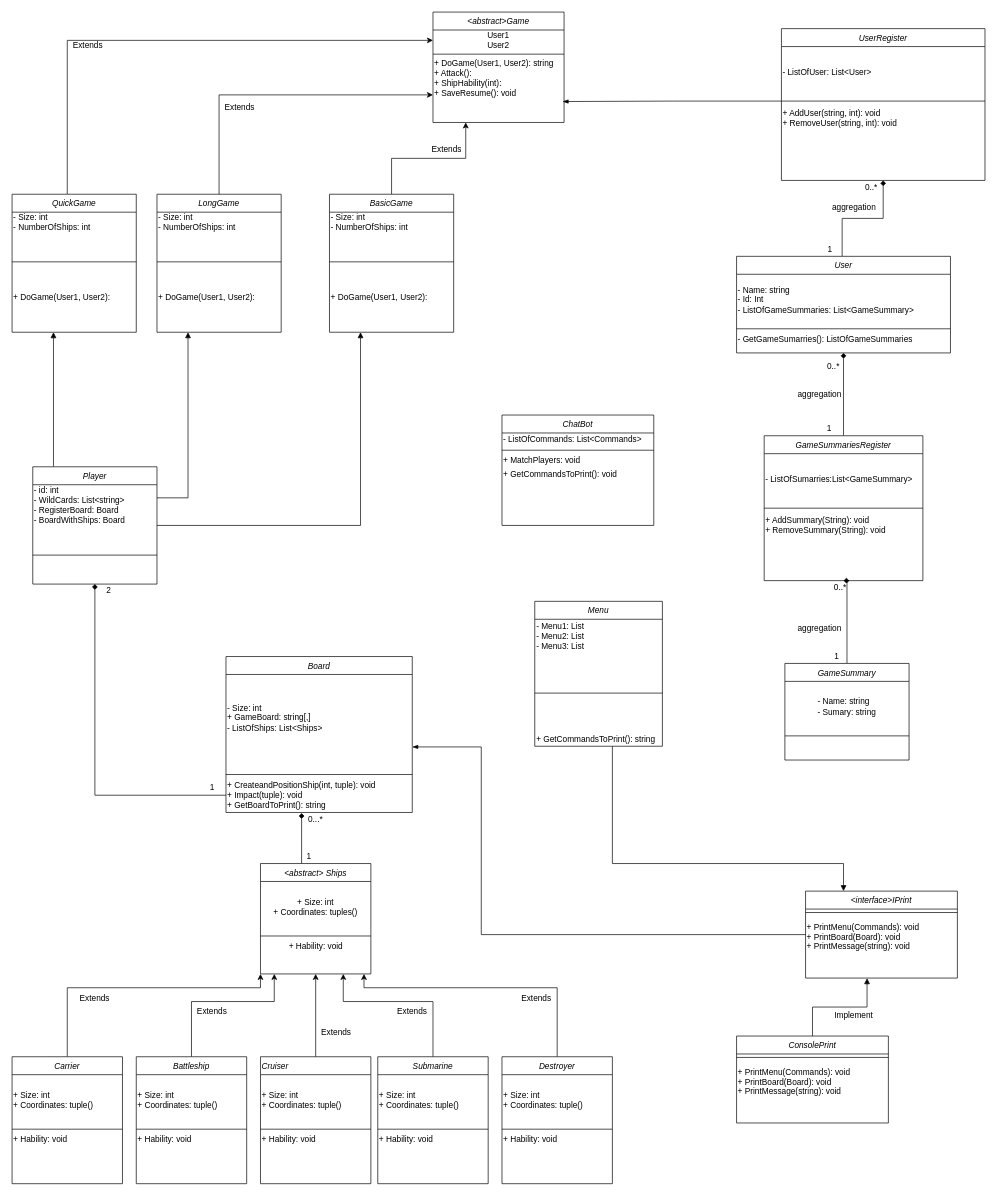
PII-Grupo-4/Proyecto-Final keeps this draw.io diagram as docs/DiagramaProyecto 1.2.drawio. Above is the earlier version. Source tidied: cells renumbered, new cells numbered last; positions are measured from the earlier drawing's top-left corner, leaving out a move shared by most shapes. Both pictures are drawn from the tidied source at 69%, with x=0, y=0 at pixel (12, 12).
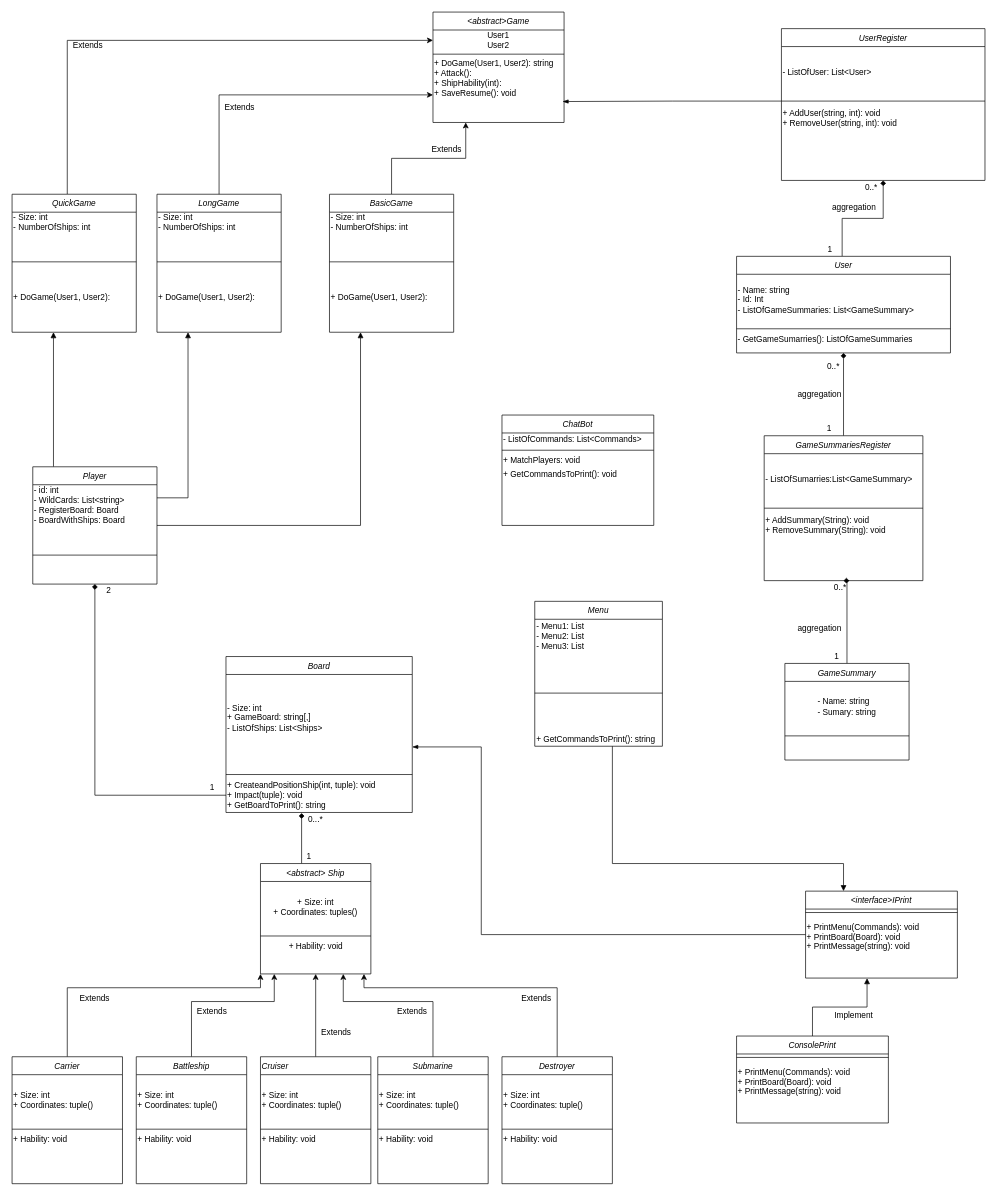
After the change.

Commit message (it also covers changes not shown here):
Informe and diagram modified

The edit, as a diff of the source:
```diff
@@
-    <mxCell id="7" value="&lt;abstract&gt; Ships&#10;" style="swimlane;fontStyle=2;align=center;verticalAlign=top;horizontal=1;startSize=26;rounded=0;shadow=0;strokeWidth=1;" parent="1" vertex="1">
+    <mxCell id="7" value="&lt;abstract&gt; Ship" style="swimlane;fontStyle=2;align=center;verticalAlign=top;horizontal=1;startSize=26;rounded=0;shadow=0;strokeWidth=1;" parent="1" vertex="1">
       <mxGeometry x="360" y="1234" width="160" height="160" as="geometry" />
     </mxCell>
```
